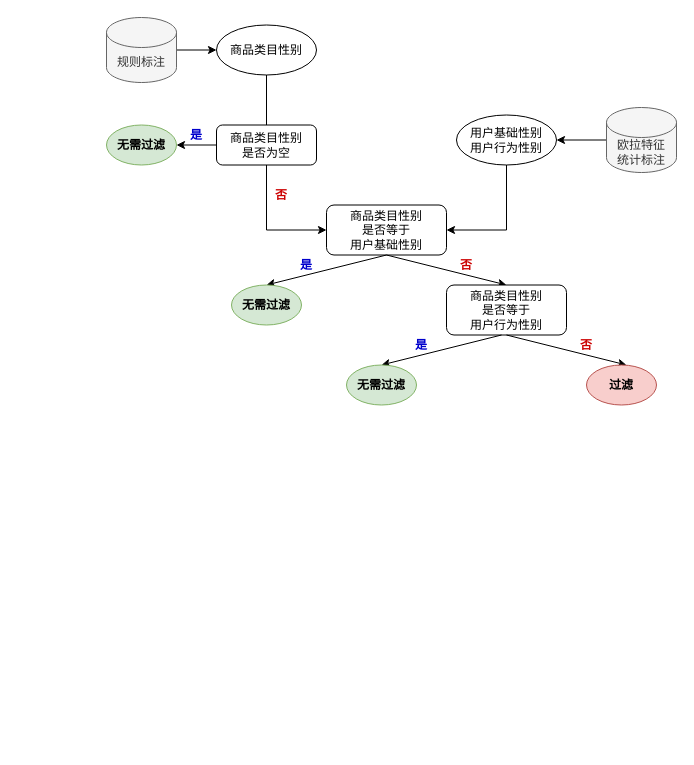
Earlier version of the draw.io diagram 性别过滤.drawio (ChenPengyao/drawio). Source tidied: cells renumbered, new cells numbered last; positions are measured from the earlier drawing's top-left corner, leaving out a move shared by most shapes. Both pictures are drawn from the tidied source at 100%, with x=0, y=0 at pixel (106, 17).
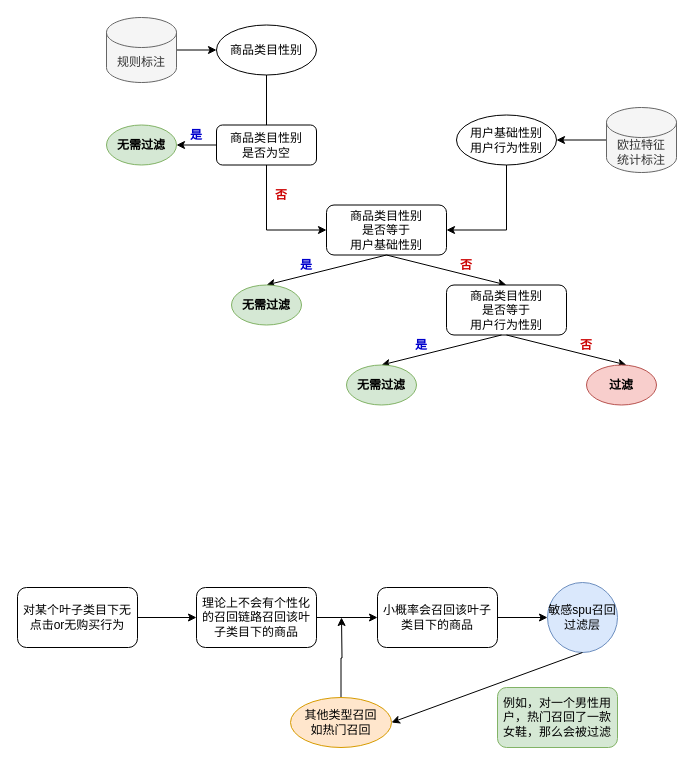
The same page after the edit.

What changed in the source:
```diff
@@
+    <mxCell id="28" style="edgeStyle=orthogonalEdgeStyle;rounded=0;jettySize=auto;html=1;exitX=1;exitY=0.5;exitDx=0;exitDy=0;" parent="1" edge="1" source="29" target="31">
+      <mxGeometry relative="1" as="geometry" />
+    </mxCell>
+    <mxCell id="29" value="对某个叶子类目下无点击or无购买行为" style="rounded=1;whiteSpace=wrap;html=1;" parent="1" vertex="1">
+      <mxGeometry x="-89" y="570" width="120" height="60" as="geometry" />
+    </mxCell>
+    <mxCell id="30" style="edgeStyle=orthogonalEdgeStyle;rounded=0;jettySize=auto;html=1;exitX=1;exitY=0.5;exitDx=0;exitDy=0;" parent="1" edge="1" source="31" target="33">
+      <mxGeometry relative="1" as="geometry" />
+    </mxCell>
+    <mxCell id="31" value="理论上不会有个性化的召回链路召回该叶子类目下的商品" style="rounded=1;whiteSpace=wrap;html=1;" parent="1" vertex="1">
+      <mxGeometry x="90" y="570" width="120" height="60" as="geometry" />
+    </mxCell>
+    <mxCell id="32" style="edgeStyle=orthogonalEdgeStyle;rounded=0;jettySize=auto;html=1;exitX=1;exitY=0.5;exitDx=0;exitDy=0;entryX=0;entryY=0.5;entryDx=0;entryDy=0;" parent="1" edge="1" source="33" target="37">
+      <mxGeometry relative="1" as="geometry" />
+    </mxCell>
+    <mxCell id="33" value="小概率会召回该叶子类目下的商品" style="rounded=1;whiteSpace=wrap;html=1;" parent="1" vertex="1">
+      <mxGeometry x="271" y="570" width="120" height="60" as="geometry" />
+    </mxCell>
+    <mxCell id="34" style="edgeStyle=orthogonalEdgeStyle;rounded=0;jettySize=auto;html=1;exitX=0.5;exitY=0;exitDx=0;exitDy=0;" parent="1" edge="1" source="35">
+      <mxGeometry relative="1" as="geometry">
+        <mxPoint x="235" y="600" as="targetPoint" />
+      </mxGeometry>
+    </mxCell>
+    <mxCell id="35" value="其他类型召回&lt;br&gt;如热门召回" style="ellipse;whiteSpace=wrap;html=1;fillColor=#ffe6cc;strokeColor=#d79b00;" parent="1" vertex="1">
+      <mxGeometry x="184" y="680" width="101" height="50" as="geometry" />
+    </mxCell>
+    <mxCell id="36" value="例如，对一个男性用户，热门召回了一款女鞋，那么会被过滤" style="rounded=1;whiteSpace=wrap;html=1;fillColor=#d5e8d4;strokeColor=#82b366;" parent="1" vertex="1">
+      <mxGeometry x="391" y="670" width="120" height="60" as="geometry" />
+    </mxCell>
+    <mxCell id="37" value="敏感spu召回过滤层" style="ellipse;whiteSpace=wrap;html=1;fillColor=#dae8fc;strokeColor=#6c8ebf;" parent="1" vertex="1">
+      <mxGeometry x="441" y="565" width="70" height="70" as="geometry" />
+    </mxCell>
+    <mxCell id="38" style="endArrow=classic;html=1;exitX=0.5;exitY=1;exitDx=0;exitDy=0;entryX=1;entryY=0.5;entryDx=0;entryDy=0;" parent="1" edge="1" source="37" target="35">
+      <mxGeometry relative="1" as="geometry" />
+    </mxCell>
```
